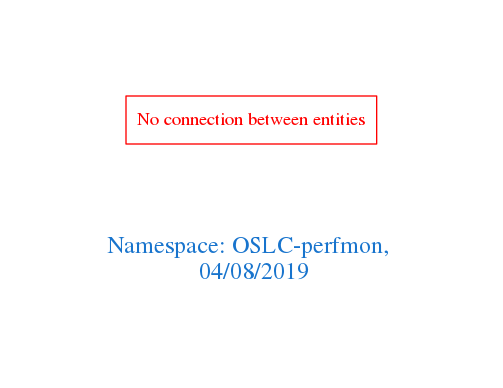
Above: downloads/OSLC-perfmon.png in arago/OGIT (Graphviz), before the change. Its source is kept beside it as downloads/OSLC-perfmon.dot. The source it was exported from:
```dot
digraph OGIT_ontology {
 graph [ rankdir= LR,pad=1
fontsize = 18,
fontcolor= dodgerblue3,label = "\n\n\nNamespace: OSLC-perfmon, \n 04/08/2019"];
node[shape=polygon];
edge [  color="gray81"];

"No connection between entities" [fontcolor = "red",color="red", shape="polygon"]
}
```
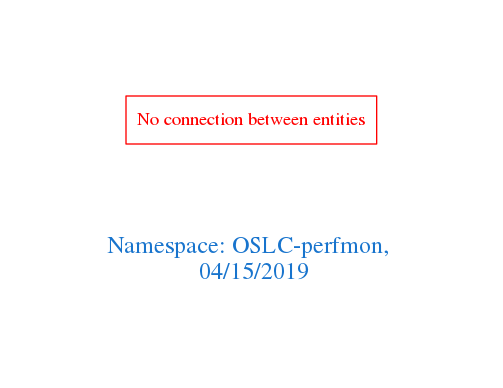
The same file after the commit.

What changed in the source:
```diff
@@ -1,7 +1,7 @@
 digraph OGIT_ontology {
  graph [ rankdir= LR,pad=1
 fontsize = 18,
-fontcolor= dodgerblue3,label = "\n\n\nNamespace: OSLC-perfmon, \n 04/08/2019"];
+fontcolor= dodgerblue3,label = "\n\n\nNamespace: OSLC-perfmon, \n 04/15/2019"];
 node[shape=polygon];
 edge [  color="gray81"];
 
```
